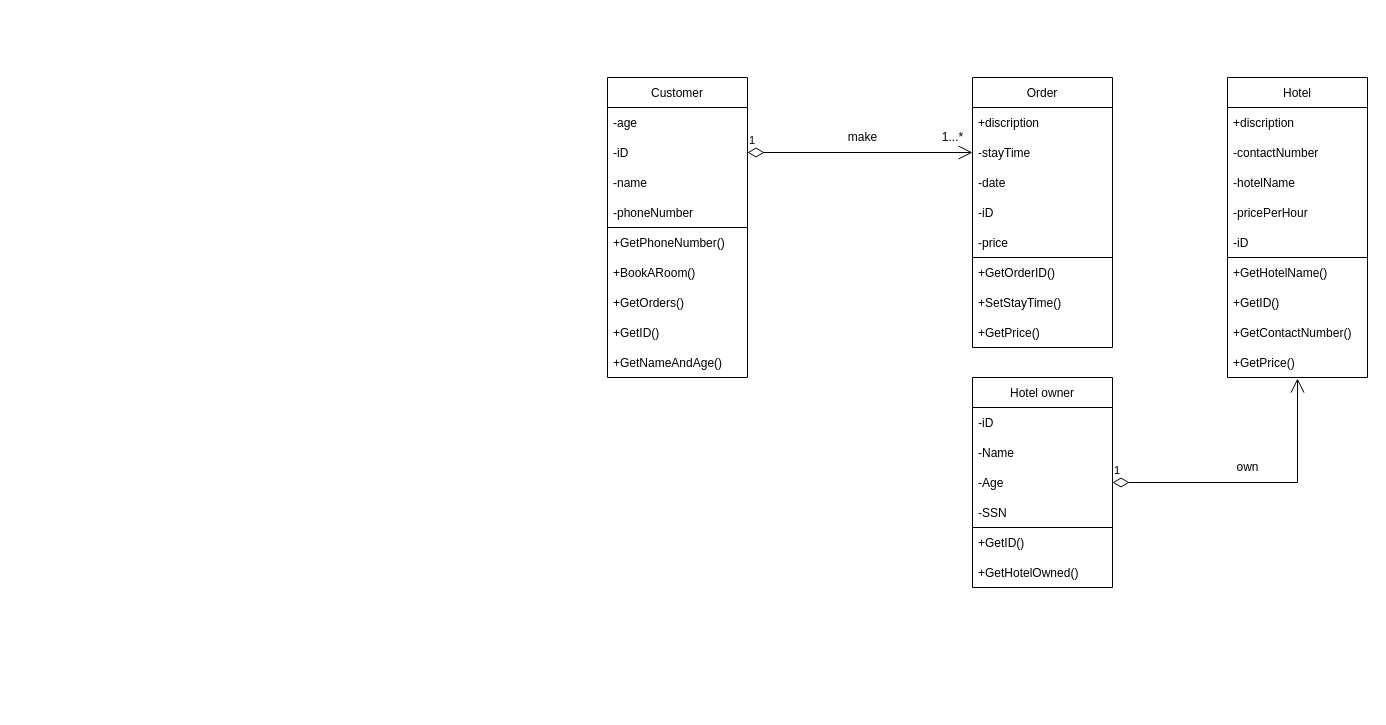
The draw.io diagram class_diagram.drawio in sonqb2001567/First, before the edit. Source tidied: cells renumbered, new cells numbered last; positions are measured from the earlier drawing's top-left corner, leaving out a move shared by most shapes. Both pictures are drawn from the tidied source at 100%, with x=0, y=0 at pixel (607, 77).
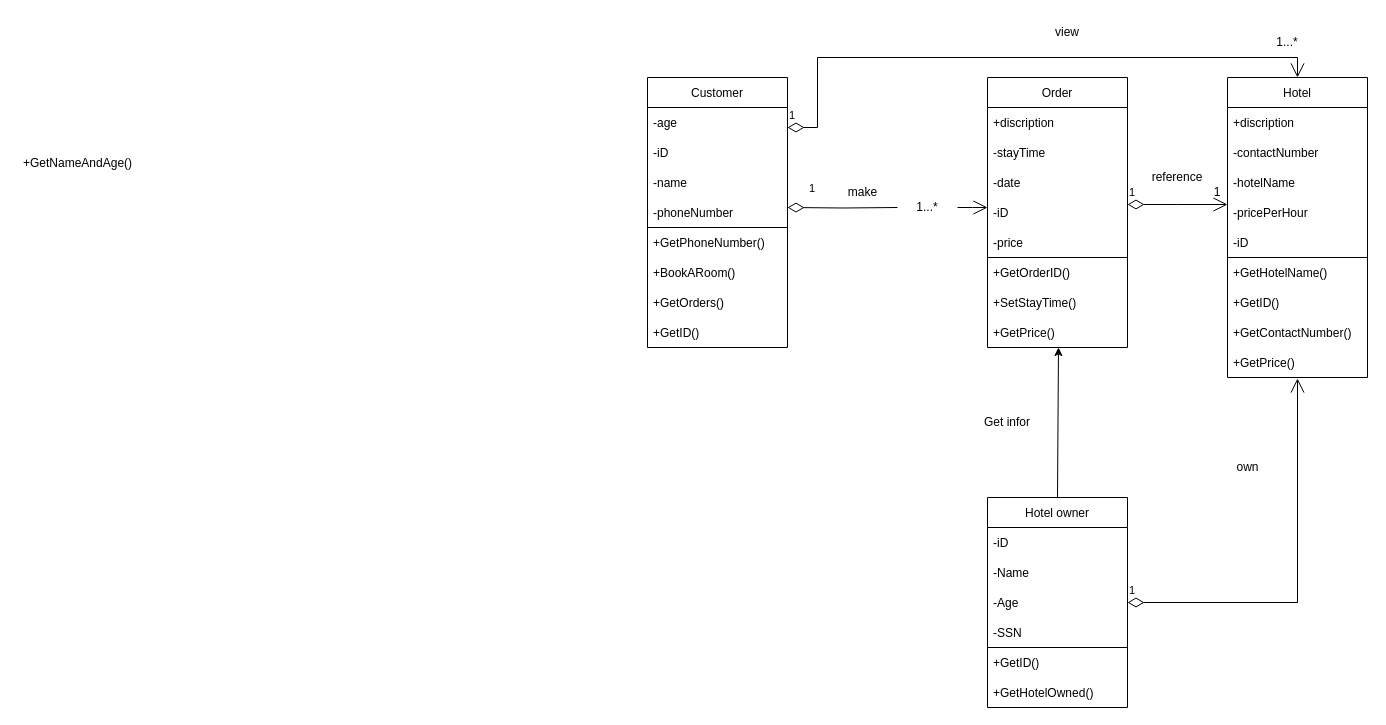
Above is the later version.

Commit message:
Cập nhật class_diagram.drawio

The change refers to these unchanged cells:
```xml
<mxCell id="6" value="-iD" style="text;strokeColor=none;fillColor=none;align=left;verticalAlign=middle;spacingLeft=4;spacingRight=4;overflow=hidden;points=[[0,0.5],[1,0.5]];portConstraint=eastwest;" parent="2" vertex="1">
  <mxGeometry y="120" width="140" height="30" as="geometry" />
</mxCell>
<mxCell id="11" value="+GetPrice()" style="text;strokeColor=none;fillColor=none;align=left;verticalAlign=middle;spacingLeft=4;spacingRight=4;overflow=hidden;points=[[0,0.5],[1,0.5]];portConstraint=eastwest;" parent="2" vertex="1">
  <mxGeometry y="240" width="140" height="30" as="geometry" />
</mxCell>
<mxCell id="15" value="-iD" style="text;strokeColor=none;fillColor=none;align=left;verticalAlign=middle;spacingLeft=4;spacingRight=4;overflow=hidden;points=[[0,0.5],[1,0.5]];portConstraint=eastwest;" parent="13" vertex="1">
  <mxGeometry y="60" width="140" height="30" as="geometry" />
</mxCell>
<mxCell id="27" value="Hotel" style="swimlane;fontStyle=0;horizontal=1;startSize=30;strokeColor=default;" parent="1" vertex="1">
  <mxGeometry x="620" width="140" height="300" as="geometry" />
</mxCell>
```

What changed in the source:
```diff
@@
     <mxCell id="2" value="Order" style="swimlane;fontStyle=0;horizontal=1;startSize=30;strokeColor=default;" parent="1" vertex="1">
-      <mxGeometry x="365" width="140" height="270" as="geometry" />
+      <mxGeometry x="380" width="140" height="270" as="geometry" />
     </mxCell>
@@
     <mxCell id="12" style="group;" parent="1" vertex="1">
-      <mxGeometry width="140" height="300" as="geometry" />
+      <mxGeometry x="40" width="140" height="300" as="geometry" />
     </mxCell>
     <mxCell id="13" value="Customer" style="swimlane;fontStyle=0;horizontal=1;startSize=30;strokeColor=default;" parent="12" vertex="1">
-      <mxGeometry width="140" height="300" as="geometry" />
+      <mxGeometry width="140" height="270" as="geometry" />
     </mxCell>
@@
-    <mxCell id="23" value="+GetNameAndAge()" style="text;strokeColor=none;fillColor=none;align=left;verticalAlign=middle;spacingLeft=4;spacingRight=4;overflow=hidden;" parent="13" vertex="1">
-      <mxGeometry y="270" width="140" height="30" as="geometry" />
-    </mxCell>
-    <mxCell id="24" value="1...*" style="text;html=1;align=center;verticalAlign=middle;strokeColor=none;fillColor=none;" parent="1" vertex="1">
-      <mxGeometry x="325" y="45" width="40" height="30" as="geometry" />
-    </mxCell>
     <mxCell id="25" value="make" style="text;html=1;align=center;verticalAlign=middle;strokeColor=none;fillColor=none;" parent="1" vertex="1">
-      <mxGeometry x="230" y="45" width="50" height="30" as="geometry" />
+      <mxGeometry x="230" y="100" width="50" height="30" as="geometry" />
     </mxCell>
-    <mxCell id="26" value="1" style="endArrow=open;html=1;endSize=12;startArrow=diamondThin;startSize=14;startFill=0;edgeStyle=orthogonalEdgeStyle;align=left;verticalAlign=bottom;rounded=0;exitX=1;exitY=0.5;exitDx=0;exitDy=0;entryX=0;entryY=0.5;entryDx=0;entryDy=0;" parent="1" edge="1" source="15">
-      <mxGeometry x="-1" y="3" relative="1" as="geometry">
-        <mxPoint x="365" y="75" as="targetPoint" />
+    <mxCell id="26" value="1" style="endArrow=open;html=1;endSize=12;startArrow=none;startSize=14;startFill=0;edgeStyle=orthogonalEdgeStyle;align=left;verticalAlign=bottom;rounded=0;exitX=1;exitY=0.5;exitDx=0;exitDy=0;entryX=0;entryY=0.5;entryDx=0;entryDy=0;" parent="1" edge="1" source="48">
+      <mxGeometry x="-1" y="150" relative="1" as="geometry">
+        <mxPoint x="380" y="130" as="targetPoint" />
+        <mxPoint x="-150" y="140" as="offset" />
       </mxGeometry>
     </mxCell>
@@
     <mxCell id="38" value="Hotel owner" style="swimlane;fontStyle=0;horizontal=1;startSize=30;strokeColor=default;" parent="1" vertex="1">
-      <mxGeometry x="365" y="300" width="140" height="210" as="geometry" />
+      <mxGeometry x="380" y="420" width="140" height="210" as="geometry" />
     </mxCell>
@@
+    <mxCell id="48" value="1...*" style="text;html=1;strokeColor=none;fillColor=none;align=center;verticalAlign=middle;whiteSpace=wrap;rounded=0;" parent="1" vertex="1">
+      <mxGeometry x="290" y="115" width="60" height="30" as="geometry" />
+    </mxCell>
+    <mxCell id="49" style="endArrow=none;html=1;endSize=12;startArrow=diamondThin;startSize=14;startFill=0;edgeStyle=orthogonalEdgeStyle;align=left;verticalAlign=bottom;rounded=0;entryX=0;entryY=0.5;entryDx=0;entryDy=0;" parent="1" edge="1" target="48">
+      <mxGeometry x="-1" y="3" relative="1" as="geometry">
+        <mxPoint x="180" y="130" as="sourcePoint" />
+      </mxGeometry>
+    </mxCell>
+    <mxCell id="50" value="1" style="endArrow=open;html=1;endSize=12;startArrow=diamondThin;startSize=14;startFill=0;edgeStyle=orthogonalEdgeStyle;align=left;verticalAlign=bottom;rounded=0;entryX=0.5;entryY=0;entryDx=0;entryDy=0;" parent="1" edge="1" target="27">
+      <mxGeometry x="-1" y="3" relative="1" as="geometry">
+        <mxPoint x="180" y="50" as="sourcePoint" />
+        <Array as="points">
+          <mxPoint x="210" y="50" />
+          <mxPoint x="210" y="-20" />
+          <mxPoint x="690" y="-20" />
+        </Array>
+      </mxGeometry>
+    </mxCell>
+    <mxCell id="51" value="view" style="text;html=1;strokeColor=none;fillColor=none;align=center;verticalAlign=middle;whiteSpace=wrap;rounded=0;" parent="1" vertex="1">
+      <mxGeometry x="430" y="-60" width="60" height="30" as="geometry" />
+    </mxCell>
+    <mxCell id="52" value="1...*" style="text;html=1;strokeColor=none;fillColor=none;align=center;verticalAlign=middle;whiteSpace=wrap;rounded=0;" parent="1" vertex="1">
+      <mxGeometry x="650" y="-50" width="60" height="30" as="geometry" />
+    </mxCell>
+    <mxCell id="53" value="1" style="endArrow=open;html=1;endSize=12;startArrow=diamondThin;startSize=14;startFill=0;edgeStyle=orthogonalEdgeStyle;align=left;verticalAlign=bottom;rounded=0;exitX=1;exitY=0.233;exitDx=0;exitDy=0;exitPerimeter=0;" parent="1" edge="1" source="6">
+      <mxGeometry x="-1" y="3" relative="1" as="geometry">
+        <mxPoint x="620" y="127" as="targetPoint" />
+      </mxGeometry>
+    </mxCell>
+    <mxCell id="54" value="reference" style="text;html=1;strokeColor=none;fillColor=none;align=center;verticalAlign=middle;whiteSpace=wrap;rounded=0;" parent="1" vertex="1">
+      <mxGeometry x="540" y="85" width="60" height="30" as="geometry" />
+    </mxCell>
+    <mxCell id="55" value="1" style="text;html=1;strokeColor=none;fillColor=none;align=center;verticalAlign=middle;whiteSpace=wrap;rounded=0;" parent="1" vertex="1">
+      <mxGeometry x="580" y="100" width="60" height="30" as="geometry" />
+    </mxCell>
+    <mxCell id="23" value="+GetNameAndAge()" style="text;strokeColor=none;fillColor=none;align=left;verticalAlign=middle;spacingLeft=4;spacingRight=4;overflow=hidden;" parent="1" vertex="1">
+      <mxGeometry x="-590" y="70" width="140" height="30" as="geometry" />
+    </mxCell>
+    <mxCell id="56" style="endArrow=classic;html=1;rounded=0;entryX=0.507;entryY=1;entryDx=0;entryDy=0;entryPerimeter=0;exitX=0.5;exitY=0;exitDx=0;exitDy=0;" parent="1" edge="1" source="38" target="11">
+      <mxGeometry relative="1" as="geometry" />
+    </mxCell>
+    <mxCell id="57" value="Get infor" style="text;html=1;strokeColor=none;fillColor=none;align=center;verticalAlign=middle;whiteSpace=wrap;rounded=0;" parent="1" vertex="1">
+      <mxGeometry x="370" y="330" width="60" height="30" as="geometry" />
+    </mxCell>
```
